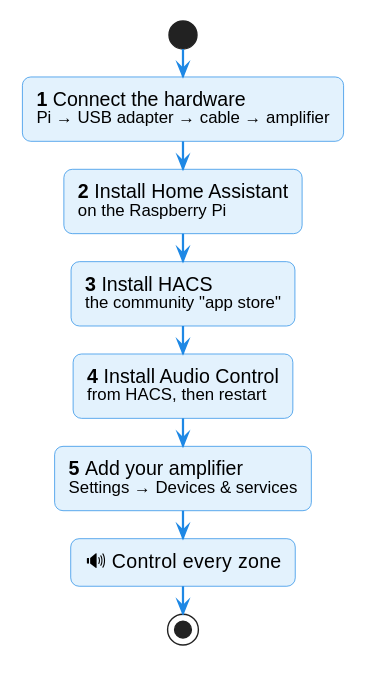
The PlantUML diagram docs/assets/diagrams/quickstart-steps.svg in mcjelcom/ha-audio-control, before a commit. Its source is kept beside it as docs/diagrams/quickstart-steps.puml. The source it was exported from:
```plantuml
@startuml
!include _style.iuml
start
:**1** Connect the hardware\n<size:12>Pi → USB adapter → cable → amplifier</size>;
:**2** Install Home Assistant\n<size:12>on the Raspberry Pi</size>;
:**3** Install HACS\n<size:12>the community "app store"</size>;
:**4** Install Audio Control\n<size:12>from HACS, then restart</size>;
:**5** Add your amplifier\n<size:12>Settings → Devices & services</size>;
:🔊 Control every zone;
stop
@enduml
```
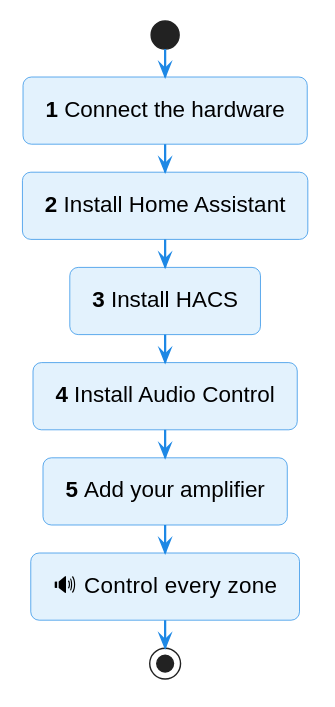
Later version of the same file.

Change to the diagram source:
```diff
@@ -1,11 +1,11 @@
 @startuml
 !include _style.iuml
 start
-:**1** Connect the hardware\n<size:12>Pi → USB adapter → cable → amplifier</size>;
-:**2** Install Home Assistant\n<size:12>on the Raspberry Pi</size>;
-:**3** Install HACS\n<size:12>the community "app store"</size>;
-:**4** Install Audio Control\n<size:12>from HACS, then restart</size>;
-:**5** Add your amplifier\n<size:12>Settings → Devices & services</size>;
+:**1** Connect the hardware;
+:**2** Install Home Assistant;
+:**3** Install HACS;
+:**4** Install Audio Control;
+:**5** Add your amplifier;
 :🔊 Control every zone;
 stop
 @enduml
```
